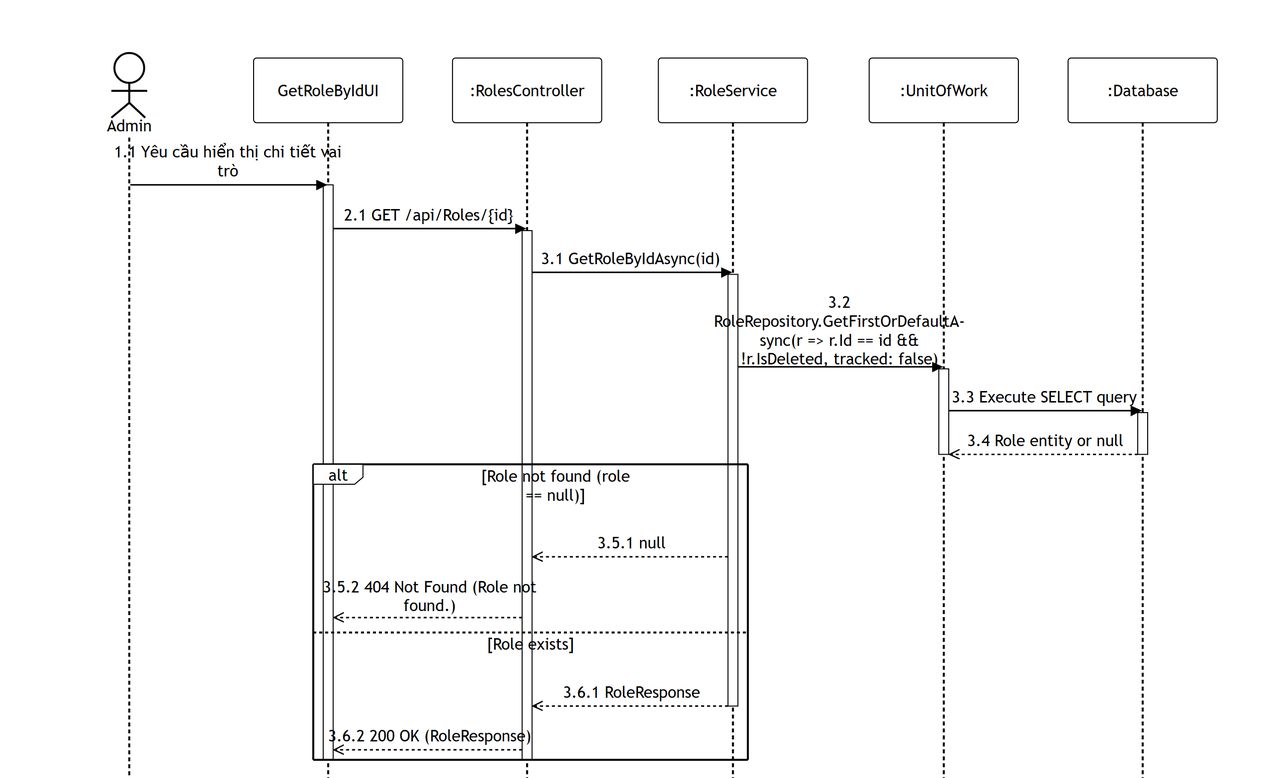
PhucAnDev/docx-diagram keeps this Mermaid diagram as 02-user-role-management/images/apis/get-role-by-id.png. Above is the earlier version. Its source is kept beside it as 02-user-role-management/sequence-diagram/apis/get-role-by-id.mmd. Source of this version:
```mermaid
%%{init: {'theme':'base', 'themeVariables': {'actorBkg':'#ffffff','actorBorder':'#000000','actorTextColor':'#000000','actorLineColor':'#000000','signalColor':'#000000','signalTextColor':'#000000','labelBoxBkgColor':'#ffffff','labelBoxBorderColor':'#000000','labelTextColor':'#000000','loopTextColor':'#000000','noteBkgColor':'#ffffff','noteBorderColor':'#000000','noteTextColor':'#000000','activationBorderColor':'#000000','activationBkgColor':'#ffffff','sequenceNumberColor':'#000000'}, 'sequence': {'width':150,'height':65,'actorFontSize':16,'messageFontSize':16,'wrap':true,'wrapPadding':10}}}%%
sequenceDiagram
    title GET /api/Roles/{id}
    actor Admin as Admin
    participant UI as GetRoleByIdUI
    participant Endpoint as :RolesController
    participant Service as :RoleService
    participant DB as :UnitOfWork
    participant Database as :Database

    Admin->>UI: 1.1 Yêu cầu hiển thị chi tiết vai trò
    activate UI
    UI->>Endpoint: 2.1 GET /api/Roles/{id}
    activate Endpoint

    Endpoint->>Service: 3.1 GetRoleByIdAsync(id)
    activate Service

    Service->>DB: 3.2 RoleRepository.GetFirstOrDefaultAsync(r => r.Id == id && !r.IsDeleted, tracked: false)
    activate DB
    DB->>Database: 3.3 Execute SELECT query
    activate Database
    Database-->>DB: 3.4 Role entity or null
    deactivate Database
    deactivate DB

    alt Role not found (role == null)
        Service-->>Endpoint: 3.5.1 null
        Endpoint-->>UI: 3.5.2 404 Not Found (Role not found.)
    else Role exists
        Service-->>Endpoint: 3.6.1 RoleResponse
        deactivate Service
        Endpoint-->>UI: 3.6.2 200 OK (RoleResponse)
    end
    deactivate Endpoint
    deactivate UI
```
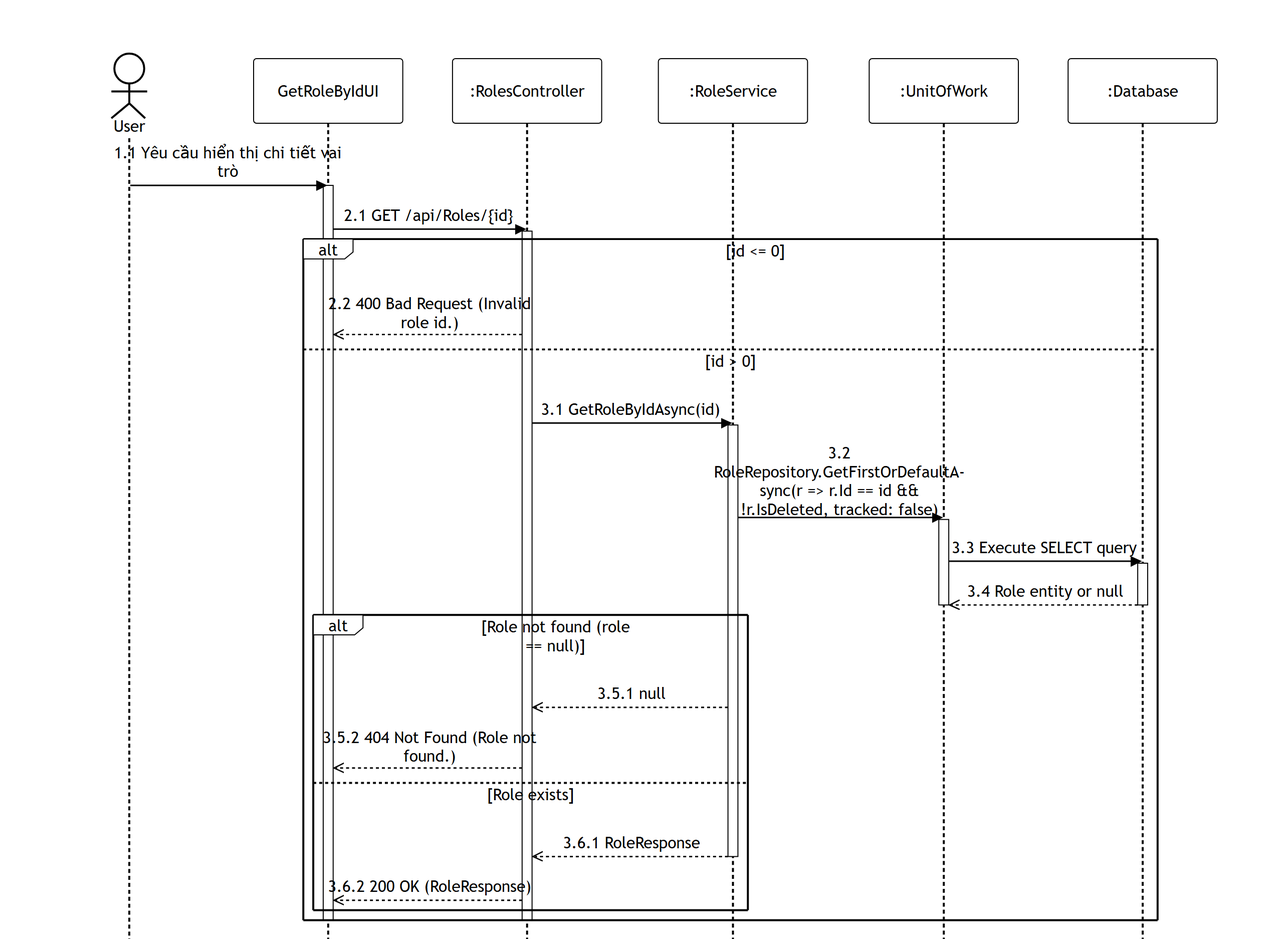
The same diagram one commit later.

What changed in the source:
```diff
@@ -1,36 +1,40 @@
 %%{init: {'theme':'base', 'themeVariables': {'actorBkg':'#ffffff','actorBorder':'#000000','actorTextColor':'#000000','actorLineColor':'#000000','signalColor':'#000000','signalTextColor':'#000000','labelBoxBkgColor':'#ffffff','labelBoxBorderColor':'#000000','labelTextColor':'#000000','loopTextColor':'#000000','noteBkgColor':'#ffffff','noteBorderColor':'#000000','noteTextColor':'#000000','activationBorderColor':'#000000','activationBkgColor':'#ffffff','sequenceNumberColor':'#000000'}, 'sequence': {'width':150,'height':65,'actorFontSize':16,'messageFontSize':16,'wrap':true,'wrapPadding':10}}}%%
 sequenceDiagram
     title GET /api/Roles/{id}
-    actor Admin as Admin
+    actor User as User
     participant UI as GetRoleByIdUI
     participant Endpoint as :RolesController
     participant Service as :RoleService
     participant DB as :UnitOfWork
     participant Database as :Database
 
-    Admin->>UI: 1.1 Yêu cầu hiển thị chi tiết vai trò
+    User->>UI: 1.1 Yêu cầu hiển thị chi tiết vai trò
     activate UI
     UI->>Endpoint: 2.1 GET /api/Roles/{id}
     activate Endpoint
 
-    Endpoint->>Service: 3.1 GetRoleByIdAsync(id)
-    activate Service
+    alt id <= 0
+        Endpoint-->>UI: 2.2 400 Bad Request (Invalid role id.)
+    else id > 0
+        Endpoint->>Service: 3.1 GetRoleByIdAsync(id)
+        activate Service
 
-    Service->>DB: 3.2 RoleRepository.GetFirstOrDefaultAsync(r => r.Id == id && !r.IsDeleted, tracked: false)
-    activate DB
-    DB->>Database: 3.3 Execute SELECT query
-    activate Database
-    Database-->>DB: 3.4 Role entity or null
-    deactivate Database
-    deactivate DB
+        Service->>DB: 3.2 RoleRepository.GetFirstOrDefaultAsync(r => r.Id == id && !r.IsDeleted, tracked: false)
+        activate DB
+        DB->>Database: 3.3 Execute SELECT query
+        activate Database
+        Database-->>DB: 3.4 Role entity or null
+        deactivate Database
+        deactivate DB
 
-    alt Role not found (role == null)
-        Service-->>Endpoint: 3.5.1 null
-        Endpoint-->>UI: 3.5.2 404 Not Found (Role not found.)
-    else Role exists
-        Service-->>Endpoint: 3.6.1 RoleResponse
-        deactivate Service
-        Endpoint-->>UI: 3.6.2 200 OK (RoleResponse)
+        alt Role not found (role == null)
+            Service-->>Endpoint: 3.5.1 null
+            Endpoint-->>UI: 3.5.2 404 Not Found (Role not found.)
+        else Role exists
+            Service-->>Endpoint: 3.6.1 RoleResponse
+            deactivate Service
+            Endpoint-->>UI: 3.6.2 200 OK (RoleResponse)
+        end
     end
     deactivate Endpoint
     deactivate UI
```
